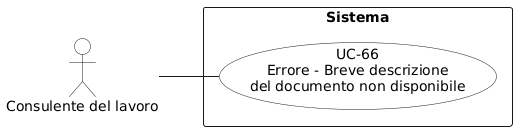
This is RTB/Analisi dei Requisiti/diagrammi_use_case/UC-66.png from aLittleByte-19/Documentazione, a PlantUML export, as it was before one commit. Source of this version:
```plantuml
@startuml
left to right direction
skinparam packageStyle rectangle
skinparam usecaseBackgroundColor White
skinparam actorBackgroundColor White

actor "Consulente del lavoro" as consulente

rectangle "Sistema" {
  usecase "UC-66\nErrore - Breve descrizione\ndel documento non disponibile" as uc66
}

consulente -- uc66
@enduml
```
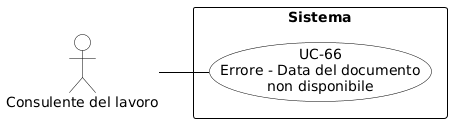
After the change.

Change to the diagram source:
```diff
@@ -1,14 +1,29 @@
 @startuml
+skinparam shadowing false
+skinparam defaultFontName Arial
 left to right direction
-skinparam packageStyle rectangle
-skinparam usecaseBackgroundColor White
-skinparam actorBackgroundColor White
+skinparam nodesep 15
+skinparam ranksep 50
 
-actor "Consulente del lavoro" as consulente
+skinparam usecase {
+    BackgroundColor white
+    BorderColor black
+    ArrowColor black
+}
+skinparam actor {
+    BackgroundColor white
+    BorderColor black
+}
+skinparam rectangle {
+    BorderColor black
+    FontStyle bold
+}
+
+actor "Consulente del lavoro" as cdl
 
 rectangle "Sistema" {
-  usecase "UC-66\nErrore - Breve descrizione\ndel documento non disponibile" as uc66
+    usecase "UC-66\nErrore - Data del documento\nnon disponibile" as UC66
 }
 
-consulente -- uc66
+cdl -- UC66
 @enduml
```
